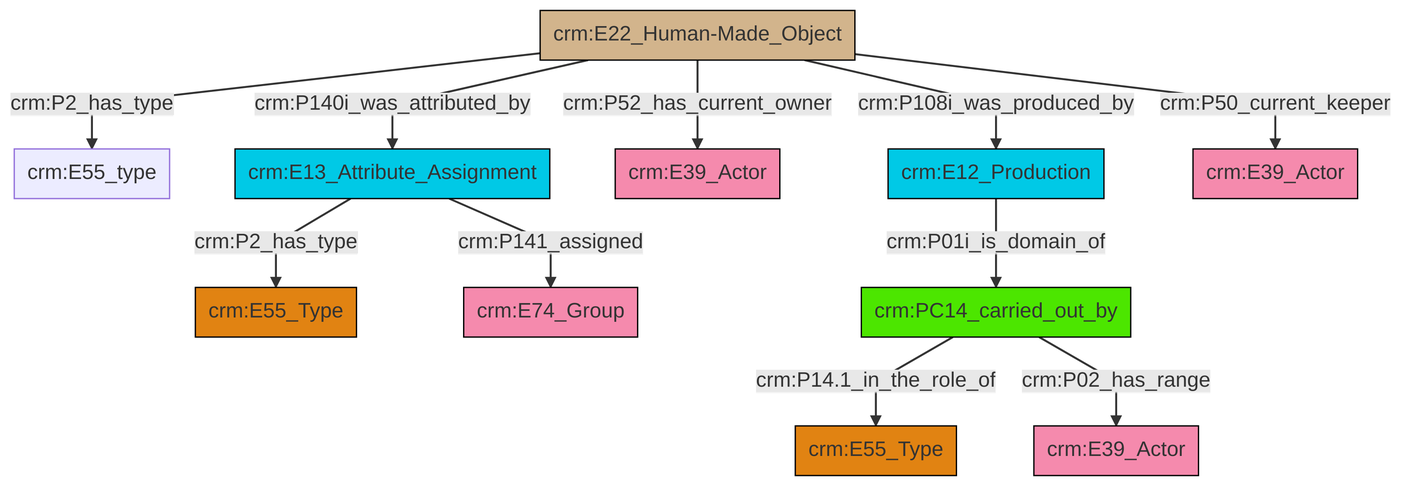
Earlier version of the Mermaid export et/artworkCSV/ttl/mmd/png/Artwork_Actor_Relations.png (swiss-art-research-net/reference-data-models). Its source is kept beside it as et/artworkCSV/ttl/mmd/Artwork_Actor_Relations.ttl.mmd.
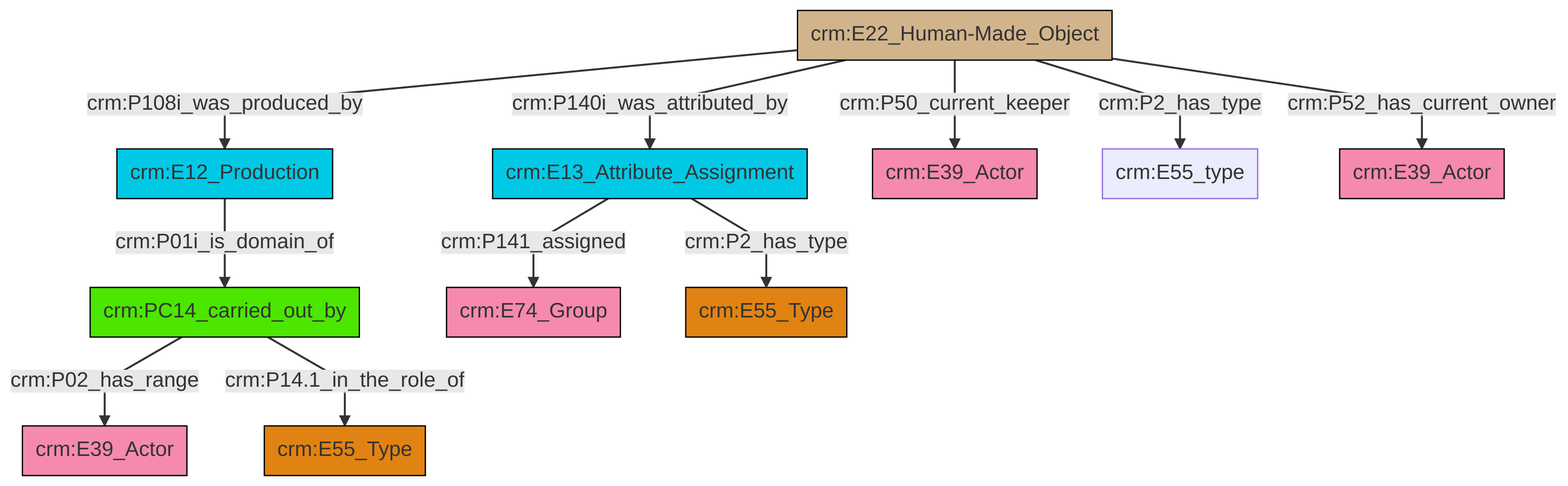
Later version of the same file.

What changed in the source:
```diff
@@ -13,13 +13,13 @@
 classDef PC_Classes fill:#4ce600, stroke:#000000;
 classDef Multi fill:#cccccc,stroke:#000000;
 
-0["crm:E22_Human-Made_Object"]:::Physical_Thing -->|crm:P2_has_type| 1["crm:E55_type"]:::Default
-0["crm:E22_Human-Made_Object"]:::Physical_Thing -->|crm:P140i_was_attributed_by| 6["crm:E13_Attribute_Assignment"]:::Temporal_Entity
-0["crm:E22_Human-Made_Object"]:::Physical_Thing -->|crm:P52_has_current_owner| 7["crm:E39_Actor"]:::Actor
-0["crm:E22_Human-Made_Object"]:::Physical_Thing -->|crm:P50_current_keeper| 10["crm:E39_Actor"]:::Actor
-6["crm:E13_Attribute_Assignment"]:::Temporal_Entity -->|crm:P2_has_type| 2["crm:E55_Type"]:::Type
-6["crm:E13_Attribute_Assignment"]:::Temporal_Entity -->|crm:P141_assigned| 13["crm:E74_Group"]:::Actor
-14["crm:PC14_carried_out_by"]:::PC_Classes -->|crm:P14.1_in_the_role_of| 4["crm:E55_Type"]:::Type
-0["crm:E22_Human-Made_Object"]:::Physical_Thing -->|crm:P108i_was_produced_by| 8["crm:E12_Production"]:::Temporal_Entity
-14["crm:PC14_carried_out_by"]:::PC_Classes -->|crm:P02_has_range| 16["crm:E39_Actor"]:::Actor
-8["crm:E12_Production"]:::Temporal_Entity -->|crm:P01i_is_domain_of| 14["crm:PC14_carried_out_by"]:::PC_Classes
+0["crm:E12_Production"]:::Temporal_Entity -->|crm:P01i_is_domain_of| 1["crm:PC14_carried_out_by"]:::PC_Classes
+2["crm:E13_Attribute_Assignment"]:::Temporal_Entity -->|crm:P141_assigned| 3["crm:E74_Group"]:::Actor
+4["crm:E22_Human-Made_Object"]:::Physical_Thing -->|crm:P50_current_keeper| 5["crm:E39_Actor"]:::Actor
+4["crm:E22_Human-Made_Object"]:::Physical_Thing -->|crm:P2_has_type| 6["crm:E55_type"]:::Default
+1["crm:PC14_carried_out_by"]:::PC_Classes -->|crm:P02_has_range| 9["crm:E39_Actor"]:::Actor
+4["crm:E22_Human-Made_Object"]:::Physical_Thing -->|crm:P108i_was_produced_by| 0["crm:E12_Production"]:::Temporal_Entity
+4["crm:E22_Human-Made_Object"]:::Physical_Thing -->|crm:P140i_was_attributed_by| 2["crm:E13_Attribute_Assignment"]:::Temporal_Entity
+4["crm:E22_Human-Made_Object"]:::Physical_Thing -->|crm:P52_has_current_owner| 11["crm:E39_Actor"]:::Actor
+2["crm:E13_Attribute_Assignment"]:::Temporal_Entity -->|crm:P2_has_type| 14["crm:E55_Type"]:::Type
+1["crm:PC14_carried_out_by"]:::PC_Classes -->|crm:P14.1_in_the_role_of| 17["crm:E55_Type"]:::Type
```
